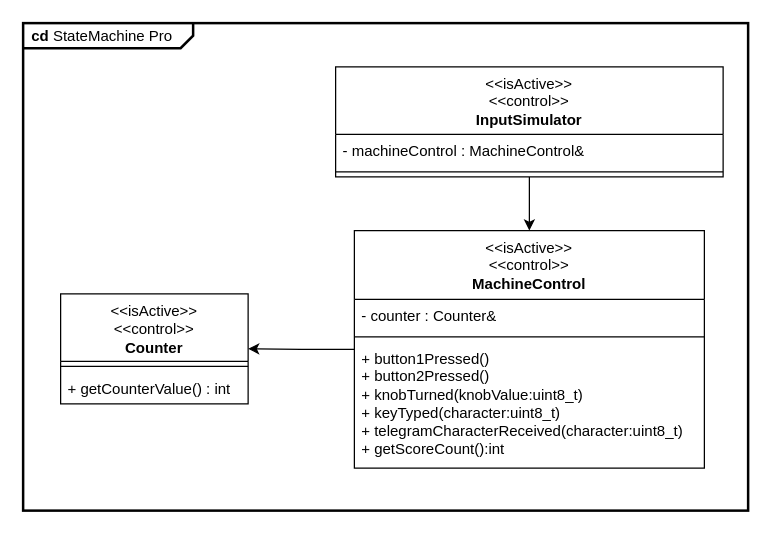
Earlier version of the draw.io diagram page "Class Diagram" (2 of 6) of apps/StateMachineTemplatePro/architecture/StateMachineTemplatePro.drawio (nepbuur1/test_lasergame_2_rework_CleanGUI_godmode). Source tidied: cells renumbered, new cells numbered last; positions are measured from the earlier drawing's top-left corner, leaving out a move shared by most shapes. Both pictures are drawn from the tidied source at 125%, with x=0, y=0 at pixel (22, 22).
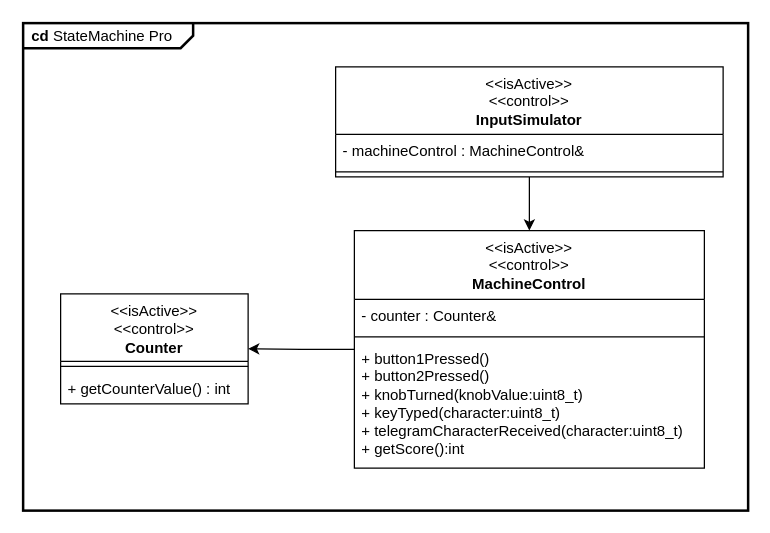
Above is the later version.

Diff of the diagram source:
```diff
@@
 <mxGraphModel>
   <root>
     <mxCell id="0" />
     <mxCell id="1" parent="0" />
     <mxCell id="2" value="&lt;p style=&quot;margin:0px;margin-top:4px;margin-left:7px;text-align:left;&quot;&gt;&lt;b&gt;cd&lt;/b&gt; StateMachine Pro&lt;/p&gt;" style="html=1;shape=mxgraph.sysml.package;overflow=fill;labelX=136;strokeWidth=2;align=center;" parent="1" vertex="1">
       <mxGeometry width="580" height="390" as="geometry" />
     </mxCell>
     <mxCell id="3" style="edgeStyle=orthogonalEdgeStyle;rounded=0;jettySize=auto;html=1;" parent="1" edge="1" source="4" target="12">
       <mxGeometry relative="1" as="geometry" />
     </mxCell>
     <mxCell id="4" value="&lt;span style=&quot;font-weight: 400;&quot;&gt;&amp;lt;&amp;lt;isActive&amp;gt;&amp;gt;&lt;/span&gt;&lt;br style=&quot;font-weight: 400;&quot;&gt;&lt;span style=&quot;font-weight: 400;&quot;&gt;&amp;lt;&amp;lt;control&amp;gt;&amp;gt;&lt;/span&gt;&lt;br style=&quot;font-weight: 400;&quot;&gt;MachineControl" style="swimlane;fontStyle=1;align=center;verticalAlign=top;horizontal=1;startSize=55;whiteSpace=wrap;html=1;" parent="1" vertex="1">
       <mxGeometry x="265" y="166" width="280" height="190" as="geometry" />
     </mxCell>
     <mxCell id="5" value="- counter : Counter&amp;amp;" style="text;strokeColor=none;fillColor=none;align=left;verticalAlign=top;spacingLeft=4;spacingRight=4;overflow=hidden;whiteSpace=wrap;html=1;" parent="4" vertex="1">
       <mxGeometry y="55" width="280" height="26" as="geometry" />
     </mxCell>
     <mxCell id="6" style="line;strokeWidth=1;fillColor=none;align=left;verticalAlign=middle;spacingTop=-1;spacingLeft=3;spacingRight=3;labelPosition=right;strokeColor=inherit;" parent="4" vertex="1">
       <mxGeometry y="81" width="280" height="8" as="geometry" />
     </mxCell>
-    <mxCell id="7" value="+ button1Pressed()&lt;div&gt;+ button2Pressed()&lt;/div&gt;&lt;div&gt;+ knobTurned(knobValue:uint8_t)&lt;br&gt;+ keyTyped(character:uint8_t)&lt;br&gt;+ telegramCharacterReceived(character:uint8_t)&lt;br&gt;+ getScoreCount():int&lt;/div&gt;" style="text;strokeColor=none;fillColor=none;align=left;verticalAlign=top;spacingLeft=4;spacingRight=4;overflow=hidden;whiteSpace=wrap;html=1;" parent="4" vertex="1">
+    <mxCell id="7" value="+ button1Pressed()&lt;div&gt;+ button2Pressed()&lt;/div&gt;&lt;div&gt;+ knobTurned(knobValue:uint8_t)&lt;br&gt;+ keyTyped(character:uint8_t)&lt;br&gt;+ telegramCharacterReceived(character:uint8_t)&lt;br&gt;+ getScore():int&lt;/div&gt;" style="text;strokeColor=none;fillColor=none;align=left;verticalAlign=top;spacingLeft=4;spacingRight=4;overflow=hidden;whiteSpace=wrap;html=1;" parent="4" vertex="1">
       <mxGeometry y="89" width="280" height="101" as="geometry" />
     </mxCell>
     <mxCell id="8" value="&lt;span style=&quot;font-weight: 400;&quot;&gt;&amp;lt;&amp;lt;isActive&amp;gt;&amp;gt;&lt;br&gt;&amp;lt;&amp;lt;control&amp;gt;&amp;gt;&lt;/span&gt;&lt;br style=&quot;font-weight: 400;&quot;&gt;InputSimulator" style="swimlane;fontStyle=1;align=center;verticalAlign=top;horizontal=1;startSize=54;whiteSpace=wrap;html=1;" parent="1" vertex="1">
       <mxGeometry x="250" y="35" width="310" height="88" as="geometry" />
     </mxCell>
     <mxCell id="9" value="- machineControl : MachineControl&amp;amp;" style="text;strokeColor=none;fillColor=none;align=left;verticalAlign=top;spacingLeft=4;spacingRight=4;overflow=hidden;whiteSpace=wrap;html=1;" parent="8" vertex="1">
       <mxGeometry y="54" width="310" height="26" as="geometry" />
     </mxCell>
     <mxCell id="10" style="line;strokeWidth=1;fillColor=none;align=left;verticalAlign=middle;spacingTop=-1;spacingLeft=3;spacingRight=3;labelPosition=right;strokeColor=inherit;" parent="8" vertex="1">
       <mxGeometry y="80" width="310" height="8" as="geometry" />
     </mxCell>
     <mxCell id="11" style="edgeStyle=orthogonalEdgeStyle;rounded=0;jettySize=auto;html=1;" parent="1" edge="1" source="8" target="4">
       <mxGeometry relative="1" as="geometry" />
     </mxCell>
     <mxCell id="12" value="&lt;span style=&quot;font-weight: 400;&quot;&gt;&amp;lt;&amp;lt;isActive&amp;gt;&amp;gt;&lt;br&gt;&amp;lt;&amp;lt;control&amp;gt;&amp;gt;&lt;/span&gt;&lt;br style=&quot;font-weight: 400;&quot;&gt;Counter" style="swimlane;fontStyle=1;align=center;verticalAlign=top;horizontal=1;startSize=54;whiteSpace=wrap;html=1;" parent="1" vertex="1">
       <mxGeometry x="30" y="216.5" width="150" height="88" as="geometry" />
     </mxCell>
     <mxCell id="13" style="line;strokeWidth=1;fillColor=none;align=left;verticalAlign=middle;spacingTop=-1;spacingLeft=3;spacingRight=3;labelPosition=right;strokeColor=inherit;" parent="12" vertex="1">
       <mxGeometry y="54" width="150" height="8" as="geometry" />
     </mxCell>
     <mxCell id="14" value="+ getCounterValue() : int" style="text;strokeColor=none;fillColor=none;align=left;verticalAlign=top;spacingLeft=4;spacingRight=4;overflow=hidden;whiteSpace=wrap;html=1;" parent="12" vertex="1">
       <mxGeometry y="62" width="150" height="26" as="geometry" />
     </mxCell>
   </root>
 </mxGraphModel>
```
